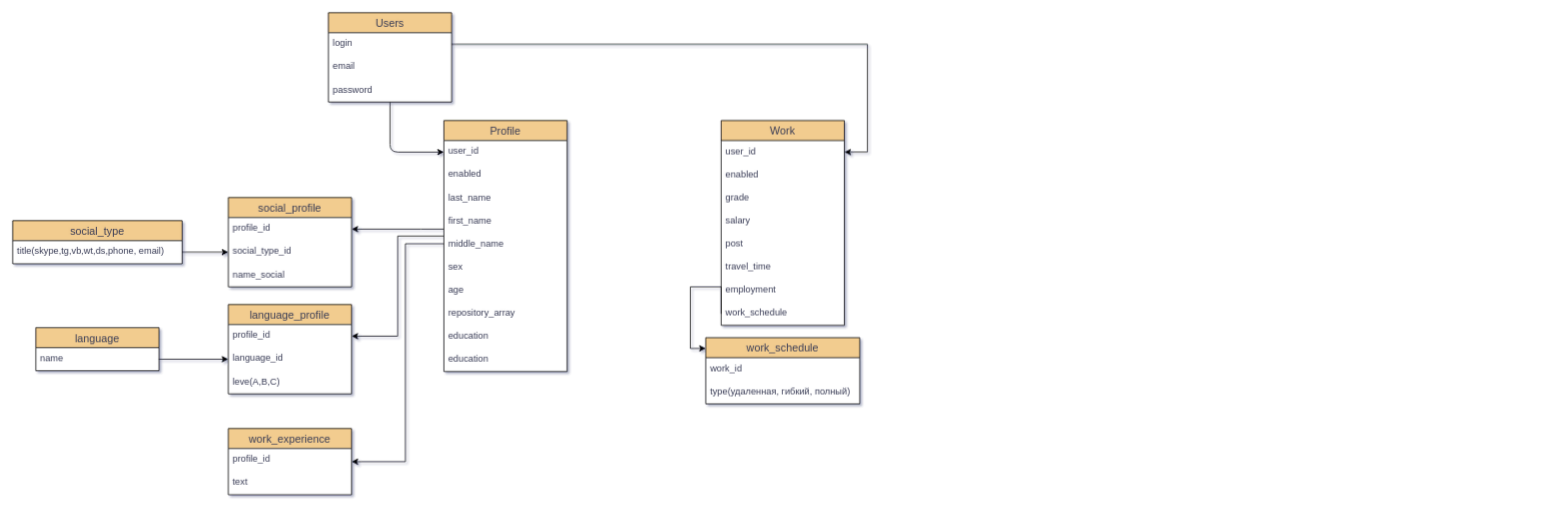
The draw.io diagram portfolio.drawio in odi1n/portfolio, before the edit. Source tidied: cells renumbered, new cells numbered last; positions are measured from the earlier drawing's top-left corner, leaving out a move shared by most shapes. Both pictures are drawn from the tidied source at 77%, with x=0, y=0 at pixel (12, 12).
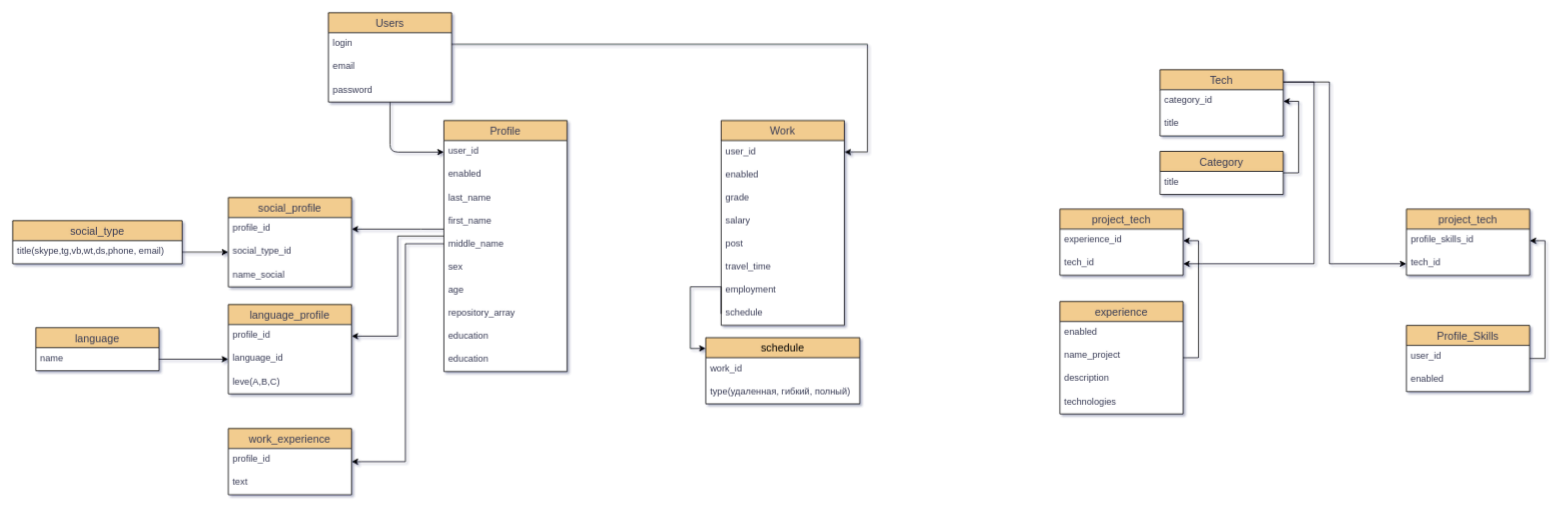
After the change.

Commit message:
Добавил технологии и опыт

Unchanged cells that the change refers to:
```xml
<mxCell id="38" value="Work" style="swimlane;fontStyle=0;horizontal=1;startSize=26;align=center;fontSize=14;rounded=0;shadow=0;sketch=0;fontColor=#393C56;strokeColor=default;fillColor=#F2CC8F;swimlaneFillColor=default;" parent="1" vertex="1">
  <mxGeometry x="920" y="140" width="160" height="266" as="geometry" />
</mxCell>
```

The edit, as a diff of the source:
```diff
@@
-    <mxCell id="46" value="work_schedule" style="text;strokeColor=none;fillColor=none;spacingLeft=4;spacingRight=4;overflow=hidden;points=[[0,0.5],[1,0.5]];portConstraint=eastwest;fontSize=12;rounded=0;shadow=0;sketch=0;fontColor=#393C56;" parent="38" vertex="1">
+    <mxCell id="46" value="schedule" style="text;strokeColor=none;fillColor=none;spacingLeft=4;spacingRight=4;overflow=hidden;points=[[0,0.5],[1,0.5]];portConstraint=eastwest;fontSize=12;rounded=0;shadow=0;sketch=0;fontColor=#393C56;" parent="38" vertex="1">
       <mxGeometry y="236" width="160" height="30" as="geometry" />
     </mxCell>
@@
-    <mxCell id="48" value="work_schedule" style="swimlane;fontStyle=0;horizontal=1;startSize=26;align=center;fontSize=14;rounded=0;shadow=0;sketch=0;fontColor=#393C56;strokeColor=default;fillColor=#F2CC8F;swimlaneFillColor=default;" parent="1" vertex="1">
+    <mxCell id="48" value="schedule" style="swimlane;fontStyle=0;horizontal=1;startSize=26;align=center;fontSize=14;rounded=0;shadow=0;sketch=0;fontColor=default;strokeColor=default;fillColor=#F2CC8F;swimlaneFillColor=default;" parent="1" vertex="1">
       <mxGeometry x="900" y="422" width="200" height="86" as="geometry" />
     </mxCell>
@@
+    <mxCell id="52" value="project_tech" style="swimlane;fontStyle=0;horizontal=1;startSize=26;align=center;fontSize=14;rounded=0;shadow=0;sketch=0;fontColor=#393C56;strokeColor=default;fillColor=#F2CC8F;swimlaneFillColor=default;" parent="1" vertex="1">
+      <mxGeometry x="1810" y="255" width="160" height="86" as="geometry" />
+    </mxCell>
+    <mxCell id="53" value="profile_skills_id" style="text;strokeColor=none;fillColor=none;spacingLeft=4;spacingRight=4;overflow=hidden;points=[[0,0.5],[1,0.5]];portConstraint=eastwest;fontSize=12;rounded=0;shadow=0;sketch=0;fontColor=#393C56;" parent="52" vertex="1">
+      <mxGeometry y="26" width="160" height="30" as="geometry" />
+    </mxCell>
+    <mxCell id="54" value="tech_id" style="text;strokeColor=none;fillColor=none;spacingLeft=4;spacingRight=4;overflow=hidden;points=[[0,0.5],[1,0.5]];portConstraint=eastwest;fontSize=12;rounded=0;shadow=0;sketch=0;fontColor=#393C56;" parent="52" vertex="1">
+      <mxGeometry y="56" width="160" height="30" as="geometry" />
+    </mxCell>
+    <mxCell id="55" style="edgeStyle=orthogonalEdgeStyle;rounded=0;jettySize=auto;html=1;entryX=1;entryY=0.5;entryDx=0;entryDy=0;fontColor=default;" parent="1" edge="1" source="56" target="53">
+      <mxGeometry relative="1" as="geometry">
+        <Array as="points">
+          <mxPoint x="1990" y="449" />
+          <mxPoint x="1990" y="296" />
+        </Array>
+      </mxGeometry>
+    </mxCell>
+    <mxCell id="56" value="Profile_Skills" style="swimlane;fontStyle=0;horizontal=1;startSize=26;align=center;fontSize=14;rounded=0;shadow=0;sketch=0;fontColor=#393C56;strokeColor=default;fillColor=#F2CC8F;swimlaneFillColor=default;" parent="1" vertex="1">
+      <mxGeometry x="1810" y="406" width="160" height="86" as="geometry" />
+    </mxCell>
+    <mxCell id="57" value="user_id" style="text;strokeColor=none;fillColor=none;spacingLeft=4;spacingRight=4;overflow=hidden;fontSize=12;rounded=0;shadow=0;sketch=0;fontColor=#393C56;" parent="56" vertex="1">
+      <mxGeometry y="26" width="160" height="30" as="geometry" />
+    </mxCell>
+    <mxCell id="58" value="enabled" style="text;strokeColor=none;fillColor=none;spacingLeft=4;spacingRight=4;overflow=hidden;fontSize=12;rounded=0;shadow=0;sketch=0;fontColor=#393C56;" parent="56" vertex="1">
+      <mxGeometry y="56" width="160" height="30" as="geometry" />
+    </mxCell>
+    <mxCell id="59" style="edgeStyle=orthogonalEdgeStyle;rounded=0;jettySize=auto;html=1;entryX=1;entryY=0.5;entryDx=0;entryDy=0;fontColor=default;" parent="1" edge="1" source="60" target="74">
+      <mxGeometry relative="1" as="geometry">
+        <Array as="points">
+          <mxPoint x="1540" y="448" />
+          <mxPoint x="1540" y="296" />
+        </Array>
+      </mxGeometry>
+    </mxCell>
+    <mxCell id="60" value="experience" style="swimlane;fontStyle=0;horizontal=1;startSize=26;align=center;fontSize=14;rounded=0;shadow=0;sketch=0;fontColor=#393C56;strokeColor=default;fillColor=#F2CC8F;swimlaneFillColor=default;" parent="1" vertex="1">
+      <mxGeometry x="1360" y="375" width="160" height="146" as="geometry" />
+    </mxCell>
+    <mxCell id="61" value="enabled" style="text;strokeColor=none;fillColor=none;spacingLeft=4;spacingRight=4;overflow=hidden;fontSize=12;rounded=0;shadow=0;sketch=0;fontColor=#393C56;" parent="60" vertex="1">
+      <mxGeometry y="26" width="160" height="30" as="geometry" />
+    </mxCell>
+    <mxCell id="62" value="name_project" style="text;strokeColor=none;fillColor=none;spacingLeft=4;spacingRight=4;overflow=hidden;fontSize=12;rounded=0;shadow=0;sketch=0;fontColor=#393C56;" parent="60" vertex="1">
+      <mxGeometry y="56" width="160" height="30" as="geometry" />
+    </mxCell>
+    <mxCell id="63" value="description" style="text;strokeColor=none;fillColor=none;spacingLeft=4;spacingRight=4;overflow=hidden;fontSize=12;rounded=0;shadow=0;sketch=0;fontColor=#393C56;" parent="60" vertex="1">
+      <mxGeometry y="86" width="160" height="30" as="geometry" />
+    </mxCell>
+    <mxCell id="64" value="technologies" style="text;strokeColor=none;fillColor=none;spacingLeft=4;spacingRight=4;overflow=hidden;fontSize=12;rounded=0;shadow=0;sketch=0;fontColor=#393C56;" parent="60" vertex="1">
+      <mxGeometry y="116" width="160" height="30" as="geometry" />
+    </mxCell>
+    <mxCell id="65" style="edgeStyle=orthogonalEdgeStyle;rounded=0;jettySize=auto;html=1;fontColor=default;" parent="1" edge="1" source="67" target="54">
+      <mxGeometry relative="1" as="geometry">
+        <Array as="points">
+          <mxPoint x="1710" y="90" />
+          <mxPoint x="1710" y="326" />
+        </Array>
+      </mxGeometry>
+    </mxCell>
+    <mxCell id="66" style="edgeStyle=orthogonalEdgeStyle;rounded=0;jettySize=auto;html=1;entryX=1;entryY=0.5;entryDx=0;entryDy=0;fontColor=default;" parent="1" edge="1" source="67" target="75">
+      <mxGeometry relative="1" as="geometry">
+        <Array as="points">
+          <mxPoint x="1690" y="90" />
+          <mxPoint x="1690" y="326" />
+        </Array>
+      </mxGeometry>
+    </mxCell>
+    <mxCell id="67" value="Tech" style="swimlane;fontStyle=0;horizontal=1;startSize=26;align=center;fontSize=14;rounded=0;shadow=0;sketch=0;fontColor=#393C56;strokeColor=default;fillColor=#F2CC8F;swimlaneFillColor=default;" parent="1" vertex="1">
+      <mxGeometry x="1490" y="74" width="160" height="86" as="geometry" />
+    </mxCell>
+    <mxCell id="68" value="category_id" style="text;strokeColor=none;fillColor=none;spacingLeft=4;spacingRight=4;overflow=hidden;points=[[0,0.5],[1,0.5]];portConstraint=eastwest;fontSize=12;rounded=0;shadow=0;sketch=0;fontColor=#393C56;" parent="67" vertex="1">
+      <mxGeometry y="26" width="160" height="30" as="geometry" />
+    </mxCell>
+    <mxCell id="69" value="title" style="text;strokeColor=none;fillColor=none;spacingLeft=4;spacingRight=4;overflow=hidden;fontSize=12;rounded=0;shadow=0;sketch=0;fontColor=#393C56;" parent="67" vertex="1">
+      <mxGeometry y="56" width="160" height="30" as="geometry" />
+    </mxCell>
+    <mxCell id="70" style="edgeStyle=orthogonalEdgeStyle;rounded=0;jettySize=auto;html=1;fontColor=default;" parent="1" edge="1" source="71" target="68">
+      <mxGeometry relative="1" as="geometry">
+        <Array as="points">
+          <mxPoint x="1670" y="208" />
+          <mxPoint x="1670" y="115" />
+        </Array>
+      </mxGeometry>
+    </mxCell>
+    <mxCell id="71" value="Category" style="swimlane;fontStyle=0;horizontal=1;startSize=26;align=center;fontSize=14;rounded=0;shadow=0;sketch=0;fontColor=#393C56;strokeColor=default;fillColor=#F2CC8F;swimlaneFillColor=default;" parent="1" vertex="1">
+      <mxGeometry x="1490" y="180" width="160" height="56" as="geometry" />
+    </mxCell>
+    <mxCell id="72" value="title" style="text;strokeColor=none;fillColor=none;spacingLeft=4;spacingRight=4;overflow=hidden;fontSize=12;rounded=0;shadow=0;sketch=0;fontColor=#393C56;" parent="71" vertex="1">
+      <mxGeometry y="26" width="160" height="30" as="geometry" />
+    </mxCell>
+    <mxCell id="73" value="project_tech" style="swimlane;fontStyle=0;horizontal=1;startSize=26;align=center;fontSize=14;rounded=0;shadow=0;sketch=0;fontColor=#393C56;strokeColor=default;fillColor=#F2CC8F;swimlaneFillColor=default;" parent="1" vertex="1">
+      <mxGeometry x="1360" y="255" width="160" height="86" as="geometry" />
+    </mxCell>
+    <mxCell id="74" value="experience_id" style="text;strokeColor=none;fillColor=none;spacingLeft=4;spacingRight=4;overflow=hidden;points=[[0,0.5],[1,0.5]];portConstraint=eastwest;fontSize=12;rounded=0;shadow=0;sketch=0;fontColor=#393C56;" parent="73" vertex="1">
+      <mxGeometry y="26" width="160" height="30" as="geometry" />
+    </mxCell>
+    <mxCell id="75" value="tech_id" style="text;strokeColor=none;fillColor=none;spacingLeft=4;spacingRight=4;overflow=hidden;points=[[0,0.5],[1,0.5]];portConstraint=eastwest;fontSize=12;rounded=0;shadow=0;sketch=0;fontColor=#393C56;" parent="73" vertex="1">
+      <mxGeometry y="56" width="160" height="30" as="geometry" />
+    </mxCell>
```
